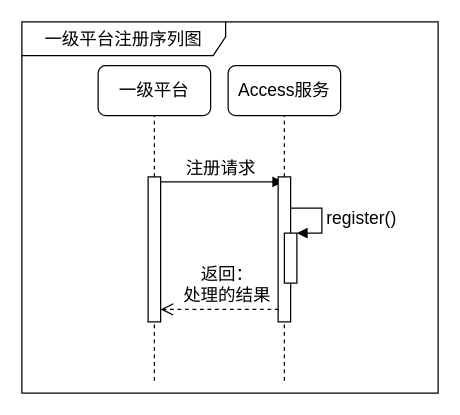
Earlier version of the draw.io diagram sequence-register.drawio (waterwatermelon/graph). Source tidied: cells renumbered, new cells numbered last; positions are measured from the earlier drawing's top-left corner, leaving out a move shared by most shapes. Both pictures are drawn from the tidied source at 125%, with x=0, y=0 at pixel (21, 21).
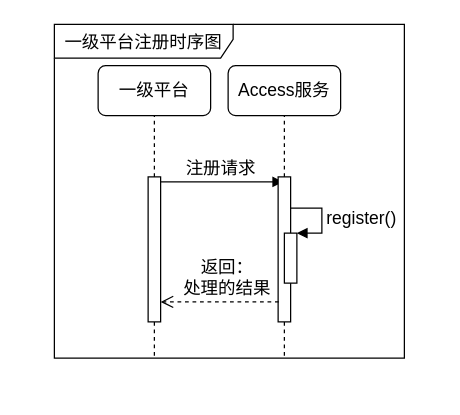
The same diagram, later.

The change refers to these unchanged cells:
```xml
<mxCell id="8" style="html=1;points=[];perimeter=orthogonalPerimeter;rounded=0;shadow=0;comic=0;labelBackgroundColor=none;strokeColor=#000000;strokeWidth=1;fillColor=#FFFFFF;fontFamily=Verdana;fontSize=14;fontColor=#000000;align=center;" parent="1" vertex="1">
  <mxGeometry x="101" y="124" width="10" height="116" as="geometry" />
</mxCell>
<mxCell id="10" style="html=1;points=[];perimeter=orthogonalPerimeter;rounded=0;shadow=0;comic=0;labelBackgroundColor=none;strokeColor=#000000;strokeWidth=1;fillColor=#FFFFFF;fontFamily=Verdana;fontSize=14;fontColor=#000000;align=center;" parent="1" vertex="1">
  <mxGeometry x="205" y="124" width="10" height="116" as="geometry" />
</mxCell>
```

Diff of the diagram source:
```diff
@@
-    <mxCell id="3" value="&lt;font style=&quot;font-size: 14px&quot;&gt;一级平台注册序列图&lt;/font&gt;" style="shape=umlFrame;whiteSpace=wrap;html=1;width=163;height=27;" parent="1" vertex="1">
-      <mxGeometry width="333" height="297" as="geometry" />
+    <mxCell id="3" value="&lt;font style=&quot;font-size: 14px&quot;&gt;一级平台注册时序图&lt;/font&gt;" style="shape=umlFrame;whiteSpace=wrap;html=1;width=143;height=27;" parent="1" vertex="1">
+      <mxGeometry x="26" y="2" width="280" height="267" as="geometry" />
     </mxCell>
@@
     <mxCell id="9" style="endArrow=none;dashed=1;html=1;fontSize=14;fontColor=#000000;" parent="1" edge="1" target="8">
       <mxGeometry relative="1" as="geometry">
-        <mxPoint x="106" y="287" as="sourcePoint" />
+        <mxPoint x="106" y="267" as="sourcePoint" />
       </mxGeometry>
     </mxCell>
@@
     <mxCell id="11" style="endArrow=none;dashed=1;html=1;fontSize=14;fontColor=#000000;" parent="1" edge="1" target="10">
       <mxGeometry relative="1" as="geometry">
-        <mxPoint x="210" y="287" as="sourcePoint" />
+        <mxPoint x="210" y="267" as="sourcePoint" />
       </mxGeometry>
     </mxCell>
     <mxCell id="12" value="返回：&lt;br&gt;处理的结果&lt;br&gt;" style="html=1;verticalAlign=bottom;endArrow=open;dashed=1;endSize=8;labelBackgroundColor=none;fontFamily=Verdana;fontSize=14;fontColor=#000000;" parent="1" edge="1">
       <mxGeometry x="-0.11" relative="1" as="geometry">
-        <mxPoint x="205.5" y="230" as="sourcePoint" />
-        <mxPoint x="111" y="230" as="targetPoint" />
+        <mxPoint x="205.5" y="224" as="sourcePoint" />
+        <mxPoint x="111" y="224" as="targetPoint" />
       </mxGeometry>
     </mxCell>
```
